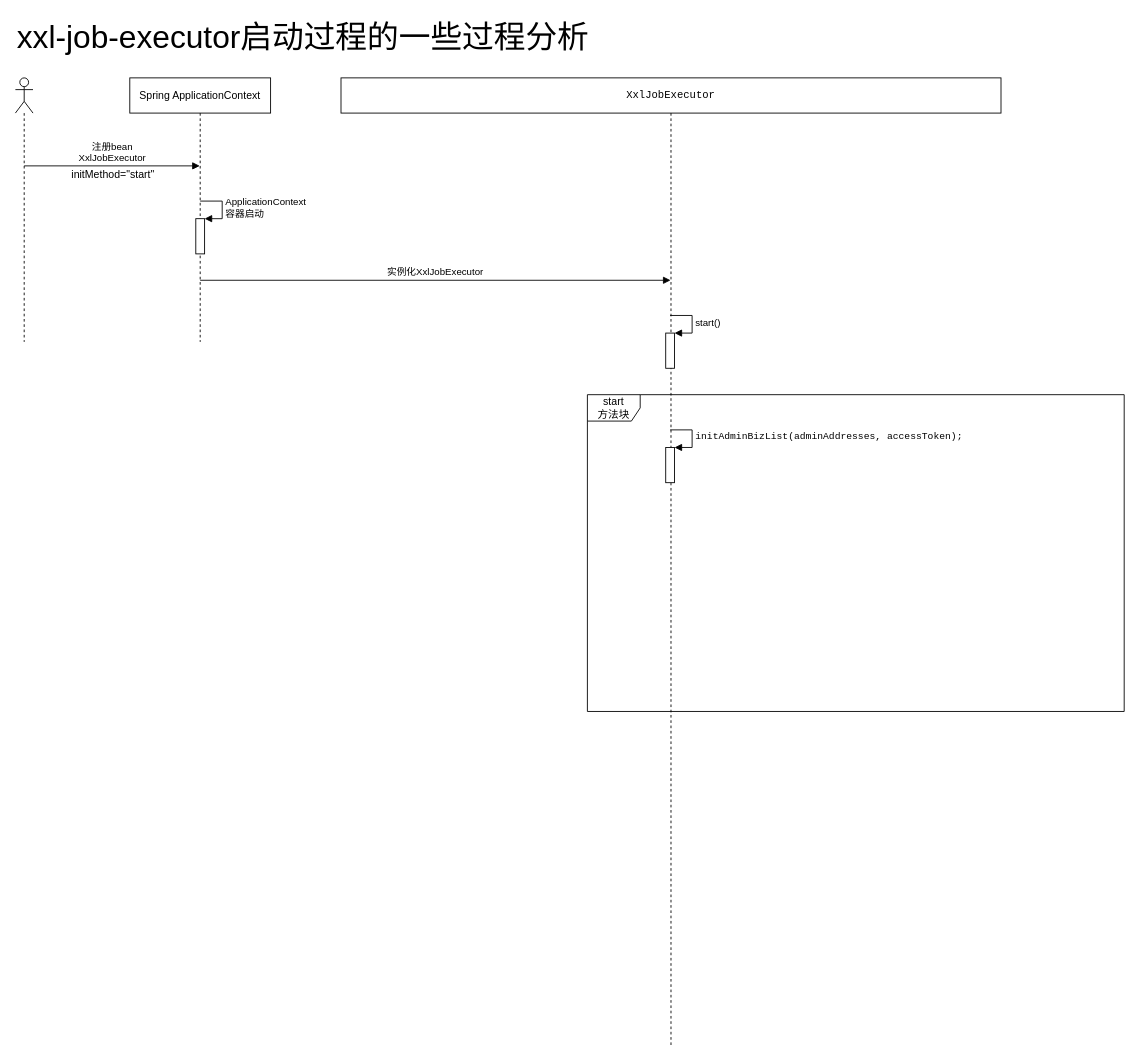
Above: xxl-job/xxl-job-schedule.drawio in llrrbaba/BlogList (draw.io), before the change. Source tidied: cells renumbered, new cells numbered last; positions are measured from the earlier drawing's top-left corner, leaving out a move shared by most shapes. Both pictures are drawn from the tidied source at 88%, with x=0, y=0 at pixel (15, 15).
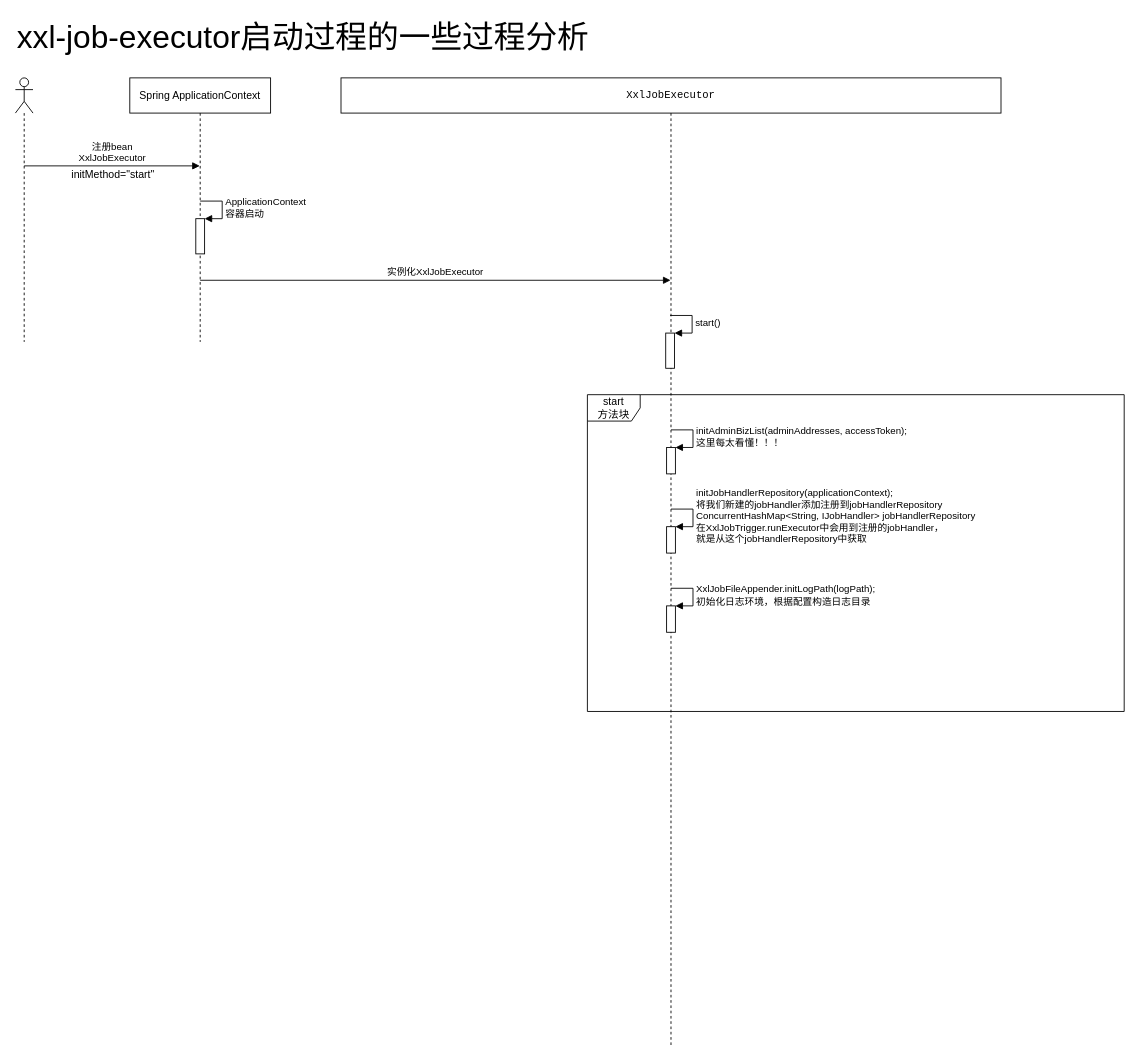
Above is the later version.

Unchanged cells that the change refers to:
```xml
<mxCell id="6" value="&lt;pre&gt;XxlJobExecutor&lt;/pre&gt;" style="shape=umlLifeline;perimeter=lifelinePerimeter;whiteSpace=wrap;html=1;outlineConnect=0;" parent="1" vertex="1">
  <mxGeometry x="370" y="71" width="750" height="1100" as="geometry" />
</mxCell>
```

Change to the diagram source:
```diff
@@
-    <mxCell id="10" style="html=1;points=[];perimeter=orthogonalPerimeter;" parent="6" vertex="1">
-      <mxGeometry x="369" y="420" width="10" height="40" as="geometry" />
-    </mxCell>
-    <mxCell id="11" value="&lt;pre&gt;&lt;span&gt;initAdminBizList&lt;/span&gt;(&lt;span&gt;adminAddresses&lt;/span&gt;, &lt;span&gt;accessToken&lt;/span&gt;);&lt;/pre&gt;" style="edgeStyle=orthogonalEdgeStyle;html=1;align=left;spacingLeft=2;endArrow=block;rounded=0;entryX=1;entryY=0;" parent="6" edge="1" target="10">
-      <mxGeometry relative="1" as="geometry">
-        <mxPoint x="374" y="400" as="sourcePoint" />
-        <Array as="points">
-          <mxPoint x="399" y="400" />
-        </Array>
-      </mxGeometry>
-    </mxCell>
+    <mxCell id="17" style="html=1;points=[];perimeter=orthogonalPerimeter;" parent="6" vertex="1">
+      <mxGeometry x="370" y="420" width="10" height="30" as="geometry" />
+    </mxCell>
+    <mxCell id="18" value="initAdminBizList(adminAddresses, accessToken);&lt;br&gt;这里每太看懂！！！&lt;br&gt;" style="edgeStyle=orthogonalEdgeStyle;html=1;align=left;spacingLeft=2;endArrow=block;rounded=0;entryX=1;entryY=0;" parent="6" edge="1" target="17">
+      <mxGeometry relative="1" as="geometry">
+        <mxPoint x="375" y="400" as="sourcePoint" />
+        <Array as="points">
+          <mxPoint x="400" y="400" />
+        </Array>
+      </mxGeometry>
+    </mxCell>
+    <mxCell id="19" style="html=1;points=[];perimeter=orthogonalPerimeter;" parent="6" vertex="1">
+      <mxGeometry x="370" y="510" width="10" height="30" as="geometry" />
+    </mxCell>
+    <mxCell id="20" value="&lt;span&gt;initJobHandlerRepository(applicationContext);&lt;br&gt;将我们新建的jobHandler添加注册到&lt;/span&gt;&lt;span&gt;jobHandlerRepository&lt;br&gt;&lt;span&gt;ConcurrentHashMap&amp;lt;String, IJobHandler&amp;gt; jobHandlerRepository&lt;br&gt;&lt;/span&gt;在XxlJobTrigger.runExecutor中会用到注册的jobHandler，&lt;br&gt;就是从这个jobHandlerRepository中获取&lt;br&gt;&lt;/span&gt;" style="edgeStyle=orthogonalEdgeStyle;html=1;align=left;spacingLeft=2;endArrow=block;rounded=0;entryX=1;entryY=0;" parent="6" edge="1" target="19">
+      <mxGeometry relative="1" as="geometry">
+        <mxPoint x="375" y="490" as="sourcePoint" />
+        <Array as="points">
+          <mxPoint x="400" y="490" />
+        </Array>
+      </mxGeometry>
+    </mxCell>
+    <mxCell id="21" style="html=1;points=[];perimeter=orthogonalPerimeter;" parent="6" vertex="1">
+      <mxGeometry x="370" y="600" width="10" height="30" as="geometry" />
+    </mxCell>
+    <mxCell id="22" value="XxlJobFileAppender.initLogPath(logPath);&lt;br&gt;初始化日志环境，根据配置构造日志目录&lt;br&gt;" style="edgeStyle=orthogonalEdgeStyle;html=1;align=left;spacingLeft=2;endArrow=block;rounded=0;entryX=1;entryY=0;" parent="6" edge="1" target="21">
+      <mxGeometry relative="1" as="geometry">
+        <mxPoint x="375" y="580" as="sourcePoint" />
+        <Array as="points">
+          <mxPoint x="400" y="580" />
+        </Array>
+      </mxGeometry>
+    </mxCell>
```
